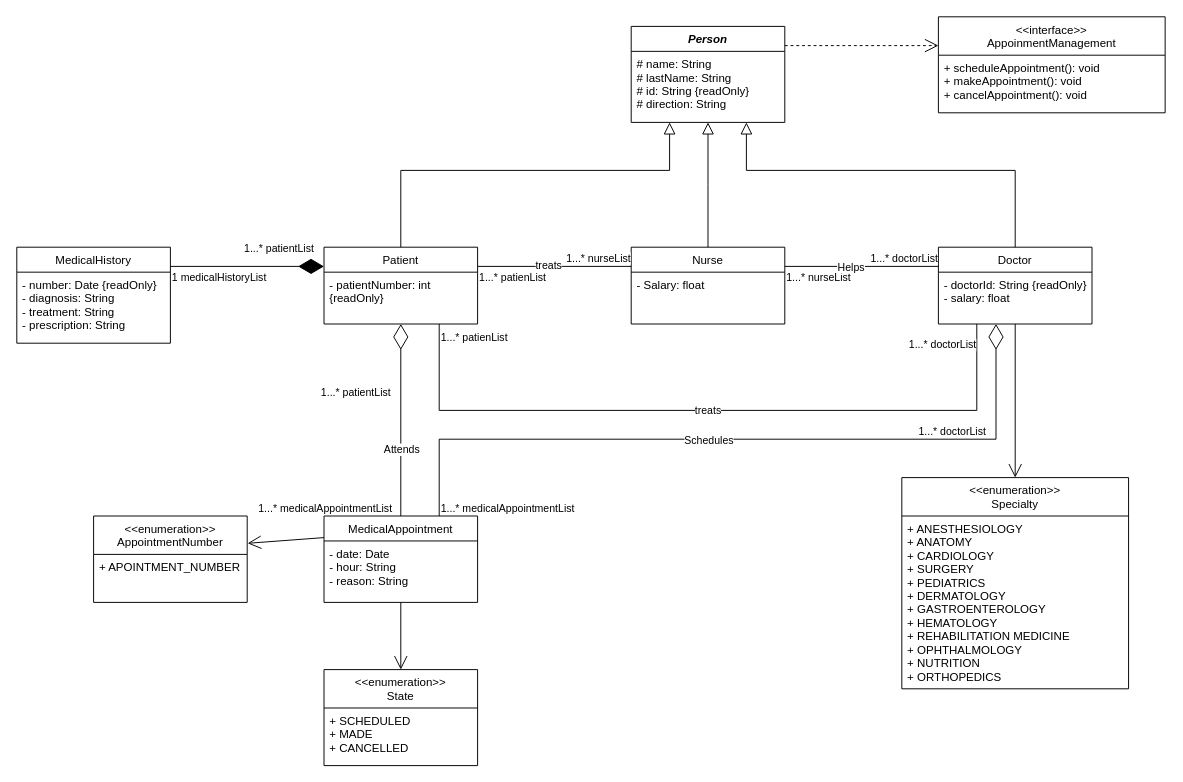
Before: HospitalManagementSystem.drawio in GabrielCevallos/HospitalManagementSystem, a draw.io diagram. Source tidied: cells renumbered, new cells numbered last; positions are measured from the earlier drawing's top-left corner, leaving out a move shared by most shapes. Both pictures are drawn from the tidied source at 96%, with x=0, y=0 at pixel (16, 16).
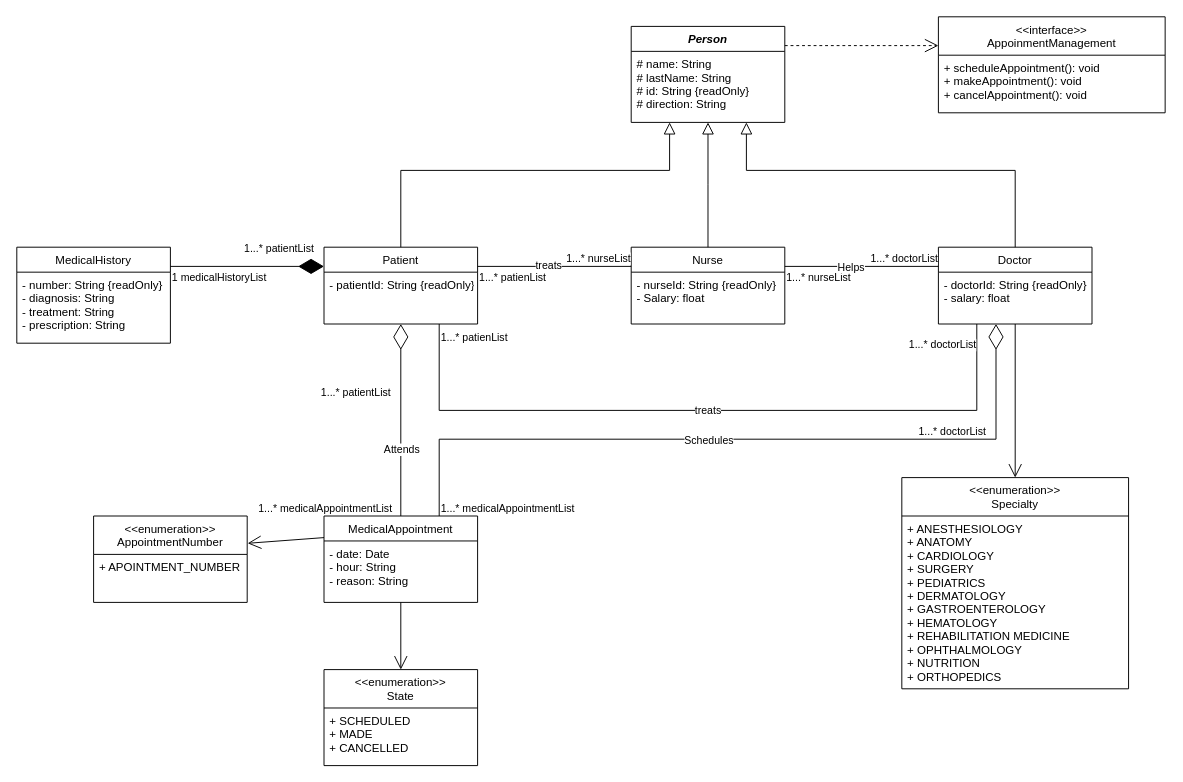
The same page after the edit.

The change refers to these unchanged cells:
```xml
<mxCell id="4" value="Nurse" style="swimlane;fontStyle=0;align=center;verticalAlign=top;horizontal=1;startSize=26;rounded=0;shadow=0;strokeWidth=1;" parent="1" vertex="1">
  <mxGeometry x="640" y="240" width="160" height="80" as="geometry" />
</mxCell>
<mxCell id="10" value="Patient" style="swimlane;fontStyle=0;align=center;verticalAlign=top;horizontal=1;startSize=26;rounded=0;shadow=0;strokeWidth=1;" parent="1" vertex="1">
  <mxGeometry x="320" y="240" width="160" height="80" as="geometry" />
</mxCell>
<mxCell id="27" value="MedicalHistory" style="swimlane;fontStyle=0;align=center;verticalAlign=top;horizontal=1;startSize=26;rounded=0;shadow=0;strokeWidth=1;" parent="1" vertex="1">
  <mxGeometry y="240" width="160" height="100" as="geometry" />
</mxCell>
```

Change to the diagram source:
```diff
@@
-    <mxCell id="5" value="- Salary: float" style="text;align=left;verticalAlign=top;spacingLeft=4;spacingRight=4;overflow=hidden;" parent="4" vertex="1">
-      <mxGeometry y="26" width="160" height="26" as="geometry" />
+    <mxCell id="5" value="- nurseId: String {readOnly}&#10;- Salary: float" style="text;align=left;verticalAlign=top;spacingLeft=4;spacingRight=4;overflow=hidden;" parent="4" vertex="1">
+      <mxGeometry y="26" width="160" height="34" as="geometry" />
     </mxCell>
@@
-    <mxCell id="11" value="- patientNumber: int &#10;{readOnly}" style="text;align=left;verticalAlign=top;spacingLeft=4;spacingRight=4;overflow=hidden;" parent="10" vertex="1">
+    <mxCell id="11" value="- patientId: String {readOnly}" style="text;align=left;verticalAlign=top;spacingLeft=4;spacingRight=4;overflow=hidden;" parent="10" vertex="1">
       <mxGeometry y="26" width="160" height="34" as="geometry" />
     </mxCell>
@@
-    <mxCell id="28" value="- number: Date {readOnly}&#10;- diagnosis: String&#10;- treatment: String&#10;- prescription: String" style="text;align=left;verticalAlign=top;spacingLeft=4;spacingRight=4;overflow=hidden;" parent="27" vertex="1">
+    <mxCell id="28" value="- number: String {readOnly}&#10;- diagnosis: String&#10;- treatment: String&#10;- prescription: String" style="text;align=left;verticalAlign=top;spacingLeft=4;spacingRight=4;overflow=hidden;" parent="27" vertex="1">
       <mxGeometry y="26" width="160" height="64" as="geometry" />
     </mxCell>
```
